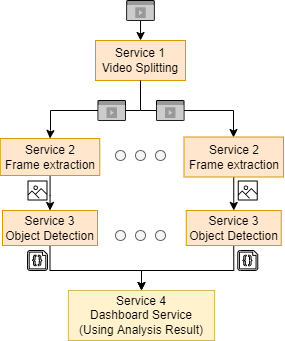
Before: doc/diagrams/scn/scn_flow.dio.png, a diagram exported from draw.io (hpcclab/OaaS). Source tidied: cells renumbered, new cells last; positions are measured from the earlier drawing's top-left corner, leaving out a move shared by most shapes. Source of this version:
```xml
<mxGraphModel>
  <root>
    <mxCell id="0" />
    <mxCell id="1" parent="0" />
    <mxCell id="2" style="edgeStyle=orthogonalEdgeStyle;rounded=0;jettySize=auto;html=1;exitX=0.5;exitY=1;exitDx=0;exitDy=0;entryX=0.5;entryY=0;entryDx=0;entryDy=0;startArrow=none;" parent="1" edge="1" source="4" target="26">
      <mxGeometry relative="1" as="geometry">
        <Array as="points">
          <mxPoint x="140" y="110" />
          <mxPoint x="233" y="110" />
          <mxPoint x="233" y="137" />
          <mxPoint x="233" y="137" />
        </Array>
      </mxGeometry>
    </mxCell>
    <mxCell id="3" style="edgeStyle=orthogonalEdgeStyle;rounded=0;jettySize=auto;html=1;entryX=0.5;entryY=0;entryDx=0;entryDy=0;startArrow=none;" parent="1" edge="1" source="25" target="6">
      <mxGeometry relative="1" as="geometry">
        <Array as="points">
          <mxPoint x="50" y="110" />
          <mxPoint x="50" y="130" />
          <mxPoint x="50" y="130" />
        </Array>
      </mxGeometry>
    </mxCell>
    <mxCell id="4" value="Service 1&lt;br&gt;Video Splitting" style="rounded=0;whiteSpace=wrap;html=1;fillColor=#ffe6cc;strokeColor=#d79b00;" parent="1" vertex="1">
      <mxGeometry x="95" y="40" width="90" height="40" as="geometry" />
    </mxCell>
    <mxCell id="5" style="edgeStyle=orthogonalEdgeStyle;rounded=0;jettySize=auto;html=1;entryX=0.5;entryY=0;entryDx=0;entryDy=0;" parent="1" edge="1" source="6" target="10">
      <mxGeometry relative="1" as="geometry" />
    </mxCell>
    <mxCell id="6" value="Service 2&lt;br&gt;Frame extraction" style="rounded=0;whiteSpace=wrap;html=1;fillColor=#ffe6cc;strokeColor=#d79b00;" parent="1" vertex="1">
      <mxGeometry x="-0.2" y="138" width="99.5" height="37" as="geometry" />
    </mxCell>
    <mxCell id="7" value="Service 4&lt;br&gt;Dashboard Service&lt;br&gt;(Using Analysis Result)" style="rounded=0;whiteSpace=wrap;html=1;fillColor=#fff2cc;strokeColor=#d6b656;" parent="1" vertex="1">
      <mxGeometry x="67.9" y="290" width="146.2" height="50" as="geometry" />
    </mxCell>
    <mxCell id="8" style="edgeStyle=orthogonalEdgeStyle;rounded=0;jettySize=auto;html=1;entryX=0.5;entryY=0;entryDx=0;entryDy=0;exitX=0.5;exitY=1;exitDx=0;exitDy=0;" parent="1" edge="1" source="26" target="12">
      <mxGeometry relative="1" as="geometry" />
    </mxCell>
    <mxCell id="9" style="edgeStyle=orthogonalEdgeStyle;rounded=0;jettySize=auto;html=1;entryX=0.5;entryY=0;entryDx=0;entryDy=0;" parent="1" edge="1" source="10" target="7">
      <mxGeometry relative="1" as="geometry">
        <Array as="points">
          <mxPoint x="49" y="270" />
          <mxPoint x="141" y="270" />
        </Array>
      </mxGeometry>
    </mxCell>
    <mxCell id="10" value="Service 3&lt;br&gt;Object Detection" style="rounded=0;whiteSpace=wrap;html=1;fillColor=#ffe6cc;strokeColor=#d79b00;" parent="1" vertex="1">
      <mxGeometry x="2" y="210" width="95" height="35" as="geometry" />
    </mxCell>
    <mxCell id="11" style="edgeStyle=orthogonalEdgeStyle;rounded=0;jettySize=auto;html=1;exitX=0.5;exitY=1;exitDx=0;exitDy=0;entryX=0.5;entryY=0;entryDx=0;entryDy=0;" parent="1" edge="1" source="12" target="7">
      <mxGeometry relative="1" as="geometry">
        <Array as="points">
          <mxPoint x="233" y="270" />
          <mxPoint x="141" y="270" />
        </Array>
      </mxGeometry>
    </mxCell>
    <mxCell id="12" value="Service 3&lt;br&gt;Object Detection" style="rounded=0;whiteSpace=wrap;html=1;fillColor=#ffe6cc;strokeColor=#d79b00;" parent="1" vertex="1">
      <mxGeometry x="185.8" y="210" width="95" height="35" as="geometry" />
    </mxCell>
    <mxCell id="13" style="edgeStyle=orthogonalEdgeStyle;rounded=0;jettySize=auto;html=1;entryX=0.5;entryY=0;entryDx=0;entryDy=0;" parent="1" edge="1" source="14" target="4">
      <mxGeometry relative="1" as="geometry" />
    </mxCell>
    <mxCell id="14" style="html=1;labelPosition=center;verticalLabelPosition=middle;verticalAlign=top;align=center;fontSize=12;outlineConnect=0;spacingTop=-6;sketch=0;shape=mxgraph.sitemap.video;fillColor=#999999;strokeColor=#000000;" parent="1" vertex="1">
      <mxGeometry x="126.2" width="27.5" height="20" as="geometry" />
    </mxCell>
    <mxCell id="15" style="verticalLabelPosition=bottom;html=1;verticalAlign=top;align=center;shape=mxgraph.azure.code_file;" parent="1" vertex="1">
      <mxGeometry x="27" y="250" width="20" height="20" as="geometry" />
    </mxCell>
    <mxCell id="16" style="verticalLabelPosition=bottom;html=1;verticalAlign=top;align=center;shape=mxgraph.azure.code_file;" parent="1" vertex="1">
      <mxGeometry x="237.2" y="250" width="20" height="20" as="geometry" />
    </mxCell>
    <mxCell id="17" style="edgeStyle=orthogonalEdgeStyle;rounded=0;jettySize=auto;html=1;entryX=1;entryY=0.5;entryDx=0;entryDy=0;endArrow=none;entryPerimeter=0;" parent="1" edge="1" source="4" target="25">
      <mxGeometry relative="1" as="geometry">
        <Array as="points">
          <mxPoint x="140" y="110" />
        </Array>
      </mxGeometry>
    </mxCell>
    <mxCell id="18" style="sketch=0;fontColor=#232F3E;gradientColor=none;fillColor=#000000;strokeColor=none;dashed=0;verticalLabelPosition=bottom;verticalAlign=top;align=center;html=1;fontSize=12;fontStyle=0;shape=mxgraph.aws4.container_registry_image;" parent="1" vertex="1">
      <mxGeometry x="27" y="180" width="20" height="20" as="geometry" />
    </mxCell>
    <mxCell id="19" style="sketch=0;fontColor=#232F3E;gradientColor=none;fillColor=#000000;strokeColor=none;dashed=0;verticalLabelPosition=bottom;verticalAlign=top;align=center;html=1;fontSize=12;fontStyle=0;shape=mxgraph.aws4.container_registry_image;" parent="1" vertex="1">
      <mxGeometry x="237.2" y="180" width="20" height="20" as="geometry" />
    </mxCell>
    <mxCell id="20" style="group;" parent="1" vertex="1">
      <mxGeometry x="115" y="150" width="52" height="10" as="geometry" />
    </mxCell>
    <mxCell id="21" style="shape=ellipse;html=1;sketch=0;fontSize=15;fillColor=#f5f5f5;fontColor=#333333;strokeColor=#666666;" parent="20" vertex="1">
      <mxGeometry width="10" height="10" as="geometry" />
    </mxCell>
    <mxCell id="22" style="shape=ellipse;html=1;sketch=0;fontSize=15;fillColor=#f5f5f5;fontColor=#333333;strokeColor=#666666;" parent="20" vertex="1">
      <mxGeometry x="20" width="10" height="10" as="geometry" />
    </mxCell>
    <mxCell id="23" style="shape=ellipse;html=1;sketch=0;fontSize=15;fillColor=#f5f5f5;fontColor=#333333;strokeColor=#666666;" parent="20" vertex="1">
      <mxGeometry x="40" width="10" height="10" as="geometry" />
    </mxCell>
    <mxCell id="24" style="html=1;labelPosition=center;verticalLabelPosition=middle;verticalAlign=top;align=center;fontSize=12;spacingTop=-6;sketch=0;shape=mxgraph.sitemap.video;fillColor=#999999;strokeColor=#000000;" parent="1" vertex="1">
      <mxGeometry x="156" y="100" width="27.5" height="20" as="geometry" />
    </mxCell>
    <mxCell id="25" style="html=1;labelPosition=center;verticalLabelPosition=middle;verticalAlign=top;align=center;fontSize=12;outlineConnect=0;spacingTop=-6;sketch=0;shape=mxgraph.sitemap.video;fillColor=#999999;strokeColor=#000000;" parent="1" vertex="1">
      <mxGeometry x="97.5" y="100" width="27.5" height="20" as="geometry" />
    </mxCell>
    <mxCell id="26" value="Service 2&lt;br&gt;Frame extraction" style="rounded=0;whiteSpace=wrap;html=1;fillColor=#ffe6cc;strokeColor=#d79b00;" parent="1" vertex="1">
      <mxGeometry x="183.5" y="136.5" width="99.5" height="40" as="geometry" />
    </mxCell>
    <mxCell id="27" style="group;" parent="1" vertex="1">
      <mxGeometry x="115" y="230" width="52" height="10" as="geometry" />
    </mxCell>
    <mxCell id="28" style="shape=ellipse;html=1;sketch=0;fontSize=15;fillColor=#f5f5f5;fontColor=#333333;strokeColor=#666666;" parent="27" vertex="1">
      <mxGeometry width="10" height="10" as="geometry" />
    </mxCell>
    <mxCell id="29" style="shape=ellipse;html=1;sketch=0;fontSize=15;fillColor=#f5f5f5;fontColor=#333333;strokeColor=#666666;" parent="27" vertex="1">
      <mxGeometry x="20" width="10" height="10" as="geometry" />
    </mxCell>
    <mxCell id="30" style="shape=ellipse;html=1;sketch=0;fontSize=15;fillColor=#f5f5f5;fontColor=#333333;strokeColor=#666666;" parent="27" vertex="1">
      <mxGeometry x="40" width="10" height="10" as="geometry" />
    </mxCell>
  </root>
</mxGraphModel>
```
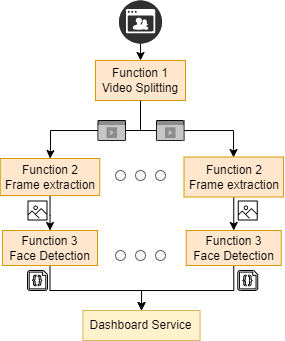
Later version of the same file.

Change to the diagram source:
```diff
@@ -21,17 +21,17 @@
         </Array>
       </mxGeometry>
     </mxCell>
-    <mxCell id="4" value="Service 1&lt;br&gt;Video Splitting" style="rounded=0;whiteSpace=wrap;html=1;fillColor=#ffe6cc;strokeColor=#d79b00;" parent="1" vertex="1">
+    <mxCell id="4" value="Function 1&lt;br&gt;Video Splitting" style="rounded=0;whiteSpace=wrap;html=1;fillColor=#ffe6cc;strokeColor=#d79b00;" parent="1" vertex="1">
       <mxGeometry x="95" y="40" width="90" height="40" as="geometry" />
     </mxCell>
     <mxCell id="5" style="edgeStyle=orthogonalEdgeStyle;rounded=0;jettySize=auto;html=1;entryX=0.5;entryY=0;entryDx=0;entryDy=0;" parent="1" edge="1" source="6" target="10">
       <mxGeometry relative="1" as="geometry" />
     </mxCell>
-    <mxCell id="6" value="Service 2&lt;br&gt;Frame extraction" style="rounded=0;whiteSpace=wrap;html=1;fillColor=#ffe6cc;strokeColor=#d79b00;" parent="1" vertex="1">
+    <mxCell id="6" value="Function&amp;nbsp;2&lt;br&gt;Frame extraction" style="rounded=0;whiteSpace=wrap;html=1;fillColor=#ffe6cc;strokeColor=#d79b00;" parent="1" vertex="1">
       <mxGeometry x="-0.2" y="138" width="99.5" height="37" as="geometry" />
     </mxCell>
-    <mxCell id="7" value="Service 4&lt;br&gt;Dashboard Service&lt;br&gt;(Using Analysis Result)" style="rounded=0;whiteSpace=wrap;html=1;fillColor=#fff2cc;strokeColor=#d6b656;" parent="1" vertex="1">
-      <mxGeometry x="67.9" y="290" width="146.2" height="50" as="geometry" />
+    <mxCell id="7" value="Dashboard Service" style="rounded=0;whiteSpace=wrap;html=1;fillColor=#fff2cc;strokeColor=#d6b656;" parent="1" vertex="1">
+      <mxGeometry x="82.4" y="290" width="117.1" height="30" as="geometry" />
     </mxCell>
     <mxCell id="8" style="edgeStyle=orthogonalEdgeStyle;rounded=0;jettySize=auto;html=1;entryX=0.5;entryY=0;entryDx=0;entryDy=0;exitX=0.5;exitY=1;exitDx=0;exitDy=0;" parent="1" edge="1" source="26" target="12">
       <mxGeometry relative="1" as="geometry" />
@@ -44,7 +44,7 @@
         </Array>
       </mxGeometry>
     </mxCell>
-    <mxCell id="10" value="Service 3&lt;br&gt;Object Detection" style="rounded=0;whiteSpace=wrap;html=1;fillColor=#ffe6cc;strokeColor=#d79b00;" parent="1" vertex="1">
+    <mxCell id="10" value="Function&amp;nbsp;3&lt;br&gt;Face Detection" style="rounded=0;whiteSpace=wrap;html=1;fillColor=#ffe6cc;strokeColor=#d79b00;" parent="1" vertex="1">
       <mxGeometry x="2" y="210" width="95" height="35" as="geometry" />
     </mxCell>
     <mxCell id="11" style="edgeStyle=orthogonalEdgeStyle;rounded=0;jettySize=auto;html=1;exitX=0.5;exitY=1;exitDx=0;exitDy=0;entryX=0.5;entryY=0;entryDx=0;entryDy=0;" parent="1" edge="1" source="12" target="7">
@@ -55,15 +55,14 @@
         </Array>
       </mxGeometry>
     </mxCell>
-    <mxCell id="12" value="Service 3&lt;br&gt;Object Detection" style="rounded=0;whiteSpace=wrap;html=1;fillColor=#ffe6cc;strokeColor=#d79b00;" parent="1" vertex="1">
+    <mxCell id="12" value="Function&amp;nbsp;3&lt;br&gt;Face Detection" style="rounded=0;whiteSpace=wrap;html=1;fillColor=#ffe6cc;strokeColor=#d79b00;" parent="1" vertex="1">
       <mxGeometry x="185.8" y="210" width="95" height="35" as="geometry" />
     </mxCell>
-    <mxCell id="13" style="edgeStyle=orthogonalEdgeStyle;rounded=0;jettySize=auto;html=1;entryX=0.5;entryY=0;entryDx=0;entryDy=0;" parent="1" edge="1" source="14" target="4">
-      <mxGeometry relative="1" as="geometry" />
+    <mxCell id="13" style="edgeStyle=orthogonalEdgeStyle;rounded=0;jettySize=auto;html=1;entryX=0.5;entryY=0;entryDx=0;entryDy=0;" parent="1" edge="1" target="4">
+      <mxGeometry relative="1" as="geometry">
+        <mxPoint x="140" y="20" as="sourcePoint" />
+      </mxGeometry>
     </mxCell>
-    <mxCell id="14" style="html=1;labelPosition=center;verticalLabelPosition=middle;verticalAlign=top;align=center;fontSize=12;outlineConnect=0;spacingTop=-6;sketch=0;shape=mxgraph.sitemap.video;fillColor=#999999;strokeColor=#000000;" parent="1" vertex="1">
-      <mxGeometry x="126.2" width="27.5" height="20" as="geometry" />
-    </mxCell>
     <mxCell id="15" style="verticalLabelPosition=bottom;html=1;verticalAlign=top;align=center;shape=mxgraph.azure.code_file;" parent="1" vertex="1">
       <mxGeometry x="27" y="250" width="20" height="20" as="geometry" />
     </mxCell>
@@ -95,13 +94,13 @@
     <mxCell id="23" style="shape=ellipse;html=1;sketch=0;fontSize=15;fillColor=#f5f5f5;fontColor=#333333;strokeColor=#666666;" parent="20" vertex="1">
       <mxGeometry x="40" width="10" height="10" as="geometry" />
     </mxCell>
-    <mxCell id="24" style="html=1;labelPosition=center;verticalLabelPosition=middle;verticalAlign=top;align=center;fontSize=12;spacingTop=-6;sketch=0;shape=mxgraph.sitemap.video;fillColor=#999999;strokeColor=#000000;" parent="1" vertex="1">
+    <mxCell id="24" style="html=1;labelPosition=center;verticalLabelPosition=middle;verticalAlign=top;align=center;fontSize=12;spacingTop=-6;sketch=0;shape=mxgraph.sitemap.video;fillColor=#8C8C8C;strokeColor=#000000;" parent="1" vertex="1">
       <mxGeometry x="156" y="100" width="27.5" height="20" as="geometry" />
     </mxCell>
-    <mxCell id="25" style="html=1;labelPosition=center;verticalLabelPosition=middle;verticalAlign=top;align=center;fontSize=12;outlineConnect=0;spacingTop=-6;sketch=0;shape=mxgraph.sitemap.video;fillColor=#999999;strokeColor=#000000;" parent="1" vertex="1">
+    <mxCell id="25" style="html=1;labelPosition=center;verticalLabelPosition=middle;verticalAlign=top;align=center;fontSize=12;outlineConnect=0;spacingTop=-6;sketch=0;shape=mxgraph.sitemap.video;fillColor=#8C8C8C;strokeColor=#000000;" parent="1" vertex="1">
       <mxGeometry x="97.5" y="100" width="27.5" height="20" as="geometry" />
     </mxCell>
-    <mxCell id="26" value="Service 2&lt;br&gt;Frame extraction" style="rounded=0;whiteSpace=wrap;html=1;fillColor=#ffe6cc;strokeColor=#d79b00;" parent="1" vertex="1">
+    <mxCell id="26" value="Function&amp;nbsp;2&lt;br&gt;Frame extraction" style="rounded=0;whiteSpace=wrap;html=1;fillColor=#ffe6cc;strokeColor=#d79b00;" parent="1" vertex="1">
       <mxGeometry x="183.5" y="136.5" width="99.5" height="40" as="geometry" />
     </mxCell>
     <mxCell id="27" style="group;" parent="1" vertex="1">
@@ -116,5 +115,8 @@
     <mxCell id="30" style="shape=ellipse;html=1;sketch=0;fontSize=15;fillColor=#f5f5f5;fontColor=#333333;strokeColor=#666666;" parent="27" vertex="1">
       <mxGeometry x="40" width="10" height="10" as="geometry" />
     </mxCell>
+    <mxCell id="31" style="fillColor=#303030;verticalLabelPosition=bottom;sketch=0;html=1;strokeColor=#ffffff;verticalAlign=top;align=center;shape=mxgraph.cisco_safe.compositeIcon;bgIcon=ellipse;resIcon=mxgraph.cisco_safe.capability.video;" parent="1" vertex="1">
+      <mxGeometry x="118.5" y="-20" width="43" height="43" as="geometry" />
+    </mxCell>
   </root>
 </mxGraphModel>
```
